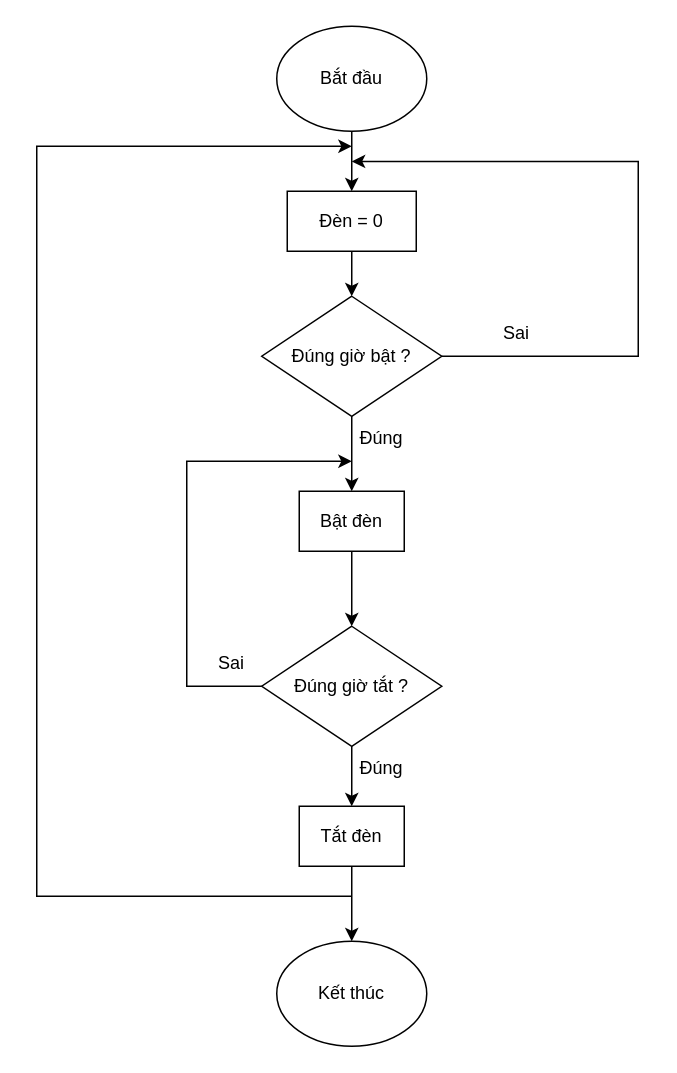
The draw.io diagram bật_đèn_trang_trại.drawio in imvietp/Final_Thesis, before the edit. Source tidied: cells renumbered, new cells numbered last; positions are measured from the earlier drawing's top-left corner, leaving out a move shared by most shapes. Both pictures are drawn from the tidied source at 150%, with x=0, y=0 at pixel (36, 26).
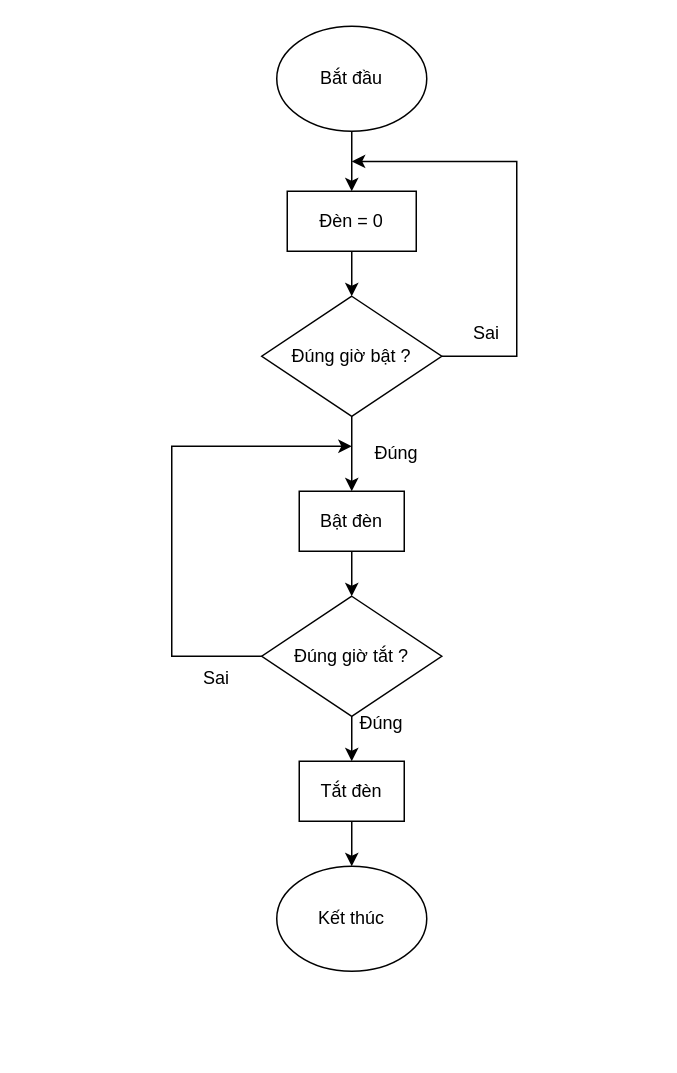
The same page after the edit.

The change refers to these unchanged cells:
```xml
<mxCell id="5" value="Đúng giờ bật ?" style="rhombus;whiteSpace=wrap;html=1;" parent="1" vertex="1">
  <mxGeometry x="150" y="180" width="120" height="80" as="geometry" />
</mxCell>
<mxCell id="9" value="Bật đèn" style="rounded=0;whiteSpace=wrap;html=1;" parent="1" vertex="1">
  <mxGeometry x="175" y="310" width="70" height="40" as="geometry" />
</mxCell>
```

The edit, as a diff of the source:
```diff
@@
     <mxCell id="4" style="edgeStyle=orthogonalEdgeStyle;rounded=0;jettySize=auto;html=1;exitX=1;exitY=0.5;exitDx=0;exitDy=0;" parent="1" edge="1" source="5">
       <mxGeometry relative="1" as="geometry">
         <mxPoint x="210" y="90.1" as="targetPoint" />
         <Array as="points">
-          <mxPoint x="401" y="220" />
-          <mxPoint x="401" y="90" />
+          <mxPoint x="320" y="220" />
+          <mxPoint x="320" y="90" />
         </Array>
       </mxGeometry>
     </mxCell>
@@
     <mxCell id="7" value="Đúng" style="text;html=1;align=center;verticalAlign=middle;whiteSpace=wrap;rounded=0;" parent="1" vertex="1">
-      <mxGeometry x="200" y="260" width="60" height="30" as="geometry" />
+      <mxGeometry x="210" y="270" width="60" height="30" as="geometry" />
     </mxCell>
     <mxCell id="8" value="Sai" style="text;html=1;align=center;verticalAlign=middle;whiteSpace=wrap;rounded=0;" parent="1" vertex="1">
-      <mxGeometry x="290" y="190" width="60" height="30" as="geometry" />
+      <mxGeometry x="270" y="190" width="60" height="30" as="geometry" />
     </mxCell>
+    <mxCell id="22" style="edgeStyle=orthogonalEdgeStyle;rounded=0;jettySize=auto;html=1;" parent="1" edge="1" source="9" target="11">
+      <mxGeometry relative="1" as="geometry" />
+    </mxCell>
@@
-    <mxCell id="10" style="endArrow=classic;html=1;rounded=0;exitX=0.5;exitY=1;exitDx=0;exitDy=0;" parent="1" edge="1" source="9">
-      <mxGeometry relative="1" as="geometry">
-        <mxPoint x="210" y="400" as="targetPoint" />
-      </mxGeometry>
-    </mxCell>
     <mxCell id="11" value="Đúng giờ tắt ?" style="rhombus;whiteSpace=wrap;html=1;" parent="1" vertex="1">
-      <mxGeometry x="150" y="400" width="120" height="80" as="geometry" />
+      <mxGeometry x="150" y="380" width="120" height="80" as="geometry" />
     </mxCell>
     <mxCell id="12" value="Sai" style="text;html=1;align=center;verticalAlign=middle;whiteSpace=wrap;rounded=0;" parent="1" vertex="1">
-      <mxGeometry x="100" y="410" width="60" height="30" as="geometry" />
+      <mxGeometry x="90" y="420" width="60" height="30" as="geometry" />
     </mxCell>
     <mxCell id="13" style="endArrow=classic;html=1;rounded=0;exitX=0;exitY=0.5;exitDx=0;exitDy=0;" parent="1" edge="1" source="11">
       <mxGeometry relative="1" as="geometry">
-        <mxPoint x="210" y="290" as="targetPoint" />
+        <mxPoint x="210" y="280" as="targetPoint" />
         <Array as="points">
-          <mxPoint x="100" y="440" />
-          <mxPoint x="100" y="290" />
+          <mxPoint x="90" y="420" />
+          <mxPoint x="90" y="330" />
+          <mxPoint x="90" y="280" />
+          <mxPoint x="180" y="280" />
+          <mxPoint x="210" y="280" />
         </Array>
       </mxGeometry>
     </mxCell>
+    <mxCell id="23" style="edgeStyle=orthogonalEdgeStyle;rounded=0;jettySize=auto;html=1;" parent="1" edge="1" source="14" target="18">
+      <mxGeometry relative="1" as="geometry" />
+    </mxCell>
     <mxCell id="14" value="Tắt đèn" style="rounded=0;whiteSpace=wrap;html=1;" parent="1" vertex="1">
-      <mxGeometry x="175" y="520" width="70" height="40" as="geometry" />
+      <mxGeometry x="175" y="490" width="70" height="40" as="geometry" />
     </mxCell>
@@
     <mxCell id="16" value="Đúng" style="text;html=1;align=center;verticalAlign=middle;whiteSpace=wrap;rounded=0;" parent="1" vertex="1">
-      <mxGeometry x="200" y="480" width="60" height="30" as="geometry" />
+      <mxGeometry x="200" y="450" width="60" height="30" as="geometry" />
     </mxCell>
-    <mxCell id="17" style="endArrow=classic;html=1;rounded=0;exitX=0.5;exitY=1;exitDx=0;exitDy=0;" parent="1" edge="1" source="14">
-      <mxGeometry relative="1" as="geometry">
-        <mxPoint x="210" y="610" as="targetPoint" />
-      </mxGeometry>
-    </mxCell>
     <mxCell id="18" value="Kết thúc" style="ellipse;whiteSpace=wrap;html=1;" parent="1" vertex="1">
-      <mxGeometry x="160" y="610" width="100" height="70" as="geometry" />
+      <mxGeometry x="160" y="560" width="100" height="70" as="geometry" />
     </mxCell>
@@
-    <mxCell id="21" style="endArrow=classic;html=1;rounded=0;" parent="1" edge="1">
-      <mxGeometry relative="1" as="geometry">
-        <mxPoint x="210" y="580" as="sourcePoint" />
-        <mxPoint x="210" y="80" as="targetPoint" />
-        <Array as="points">
-          <mxPoint x="100" y="580" />
-          <mxPoint y="580" />
-          <mxPoint y="80" />
-        </Array>
-      </mxGeometry>
-    </mxCell>
```
